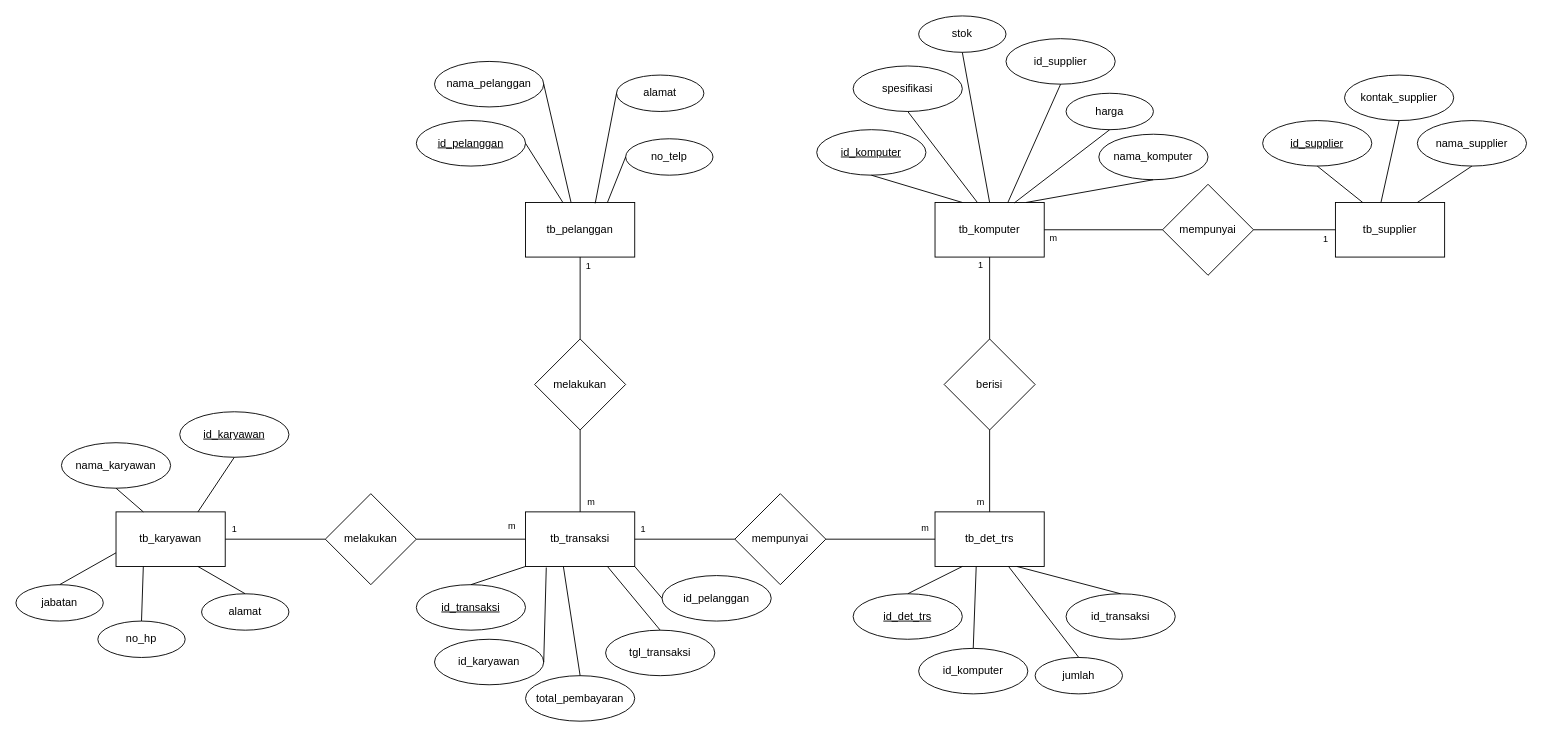
The draw.io diagram ERD_BaliKomputer.drawio in elikawicaksana/BuildIT_BasisData, before the edit. Source tidied: cells renumbered, new cells numbered last; positions are measured from the earlier drawing's top-left corner, leaving out a move shared by most shapes. Both pictures are drawn from the tidied source at 91%, with x=0, y=0 at pixel (15, 15).
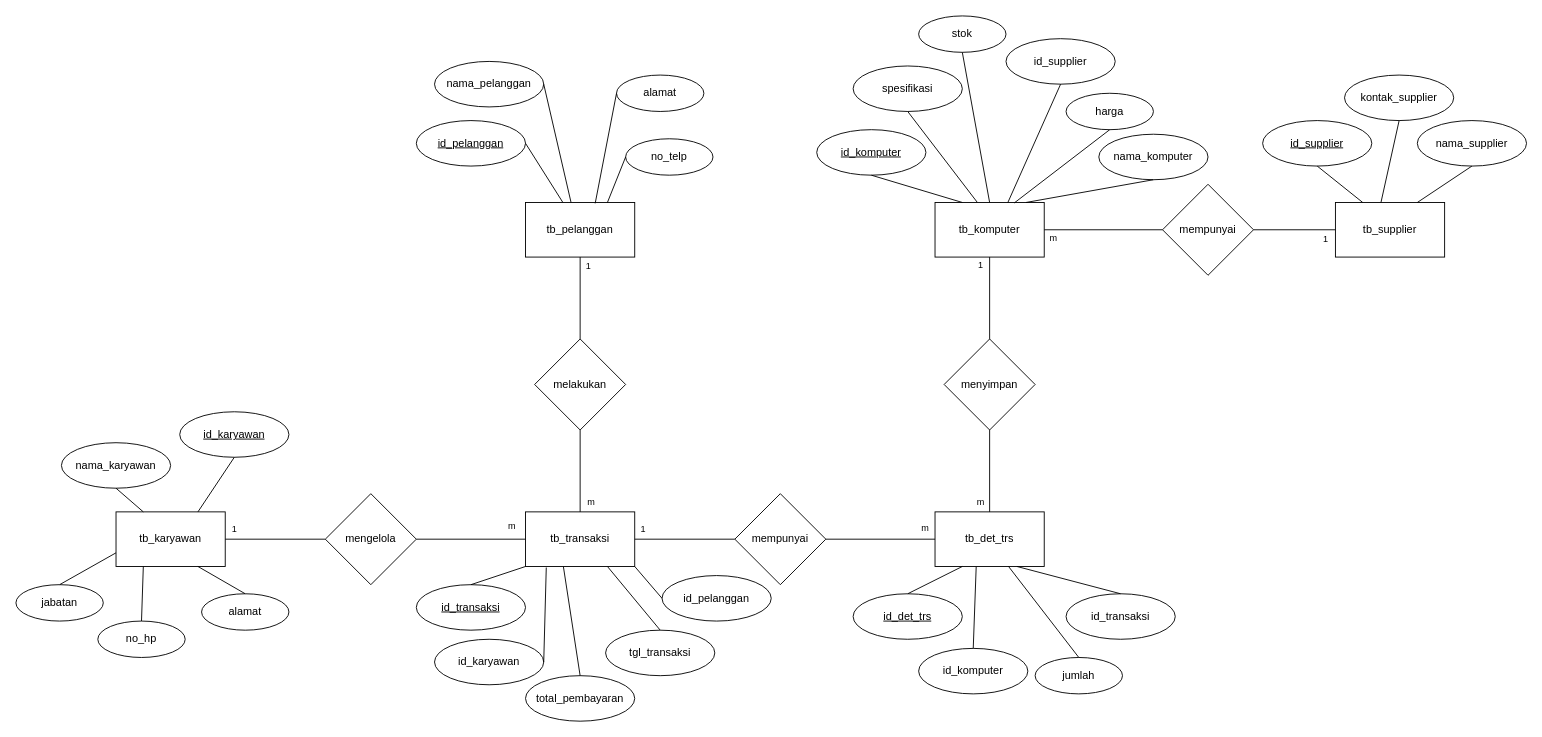
Above is the later version.

Change to the diagram source:
```diff
@@
-    <mxCell id="8" value="berisi" style="rhombus;whiteSpace=wrap;html=1;" parent="1" vertex="1">
+    <mxCell id="8" value="menyimpan" style="rhombus;whiteSpace=wrap;html=1;" parent="1" vertex="1">
       <mxGeometry x="1020" y="355" width="100" height="100" as="geometry" />
     </mxCell>
@@
-    <mxCell id="70" value="melakukan" style="rhombus;whiteSpace=wrap;html=1;" parent="1" vertex="1">
+    <mxCell id="70" value="mengelola" style="rhombus;whiteSpace=wrap;html=1;" parent="1" vertex="1">
       <mxGeometry x="340" y="525" width="100" height="100" as="geometry" />
     </mxCell>
```
